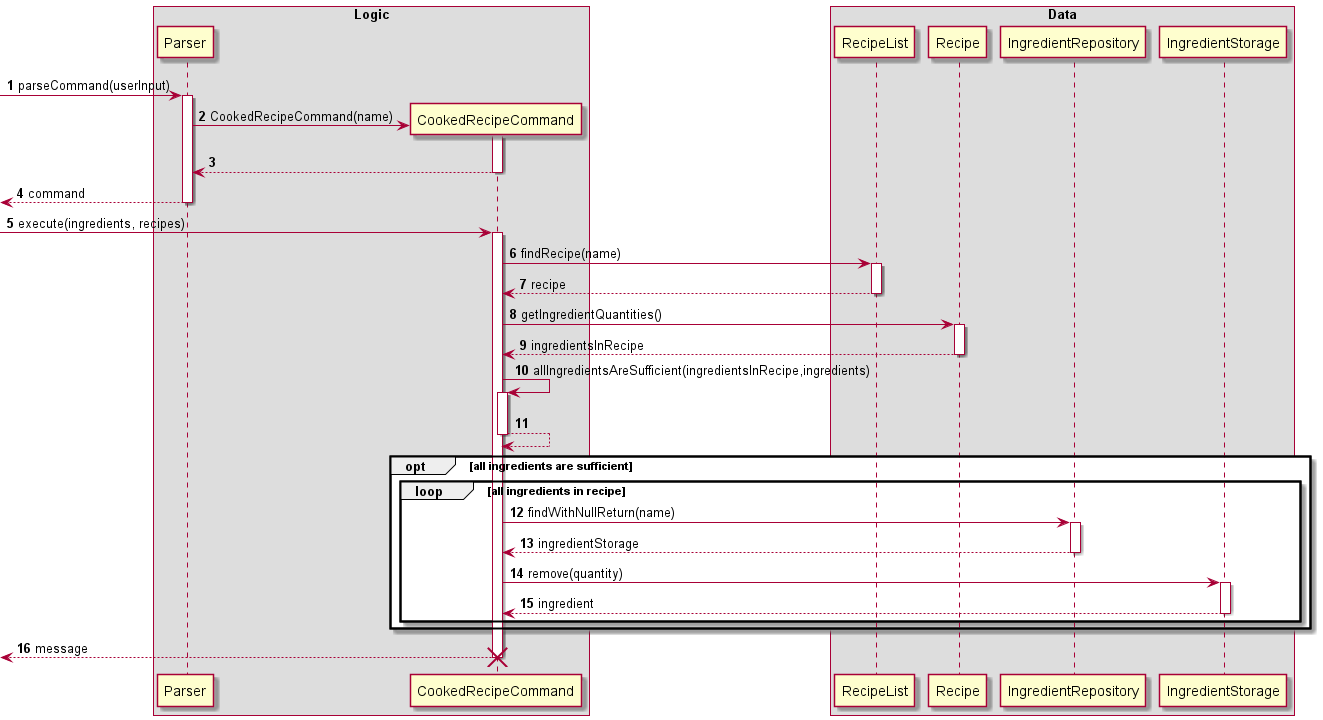
Earlier version of the PlantUML export docs/diagrams/CookedRecipe.png (nus-cs2113-AY2122S1/tp).
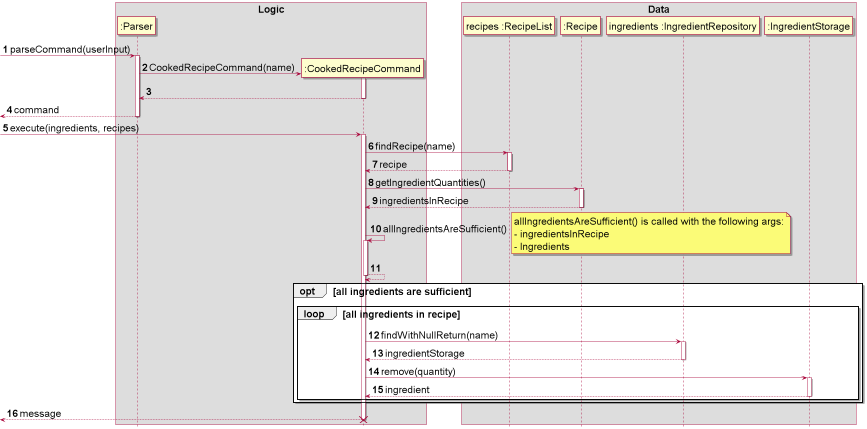
The same file after the commit.

Change to the diagram source:
```diff
@@ -1,41 +1,50 @@
 @startuml
+!include style.puml
+
+skinparam defaultFontSize 25
 
 autonumber
 box Logic
--> Parser: parseCommand(userInput)
-activate Parser
+-> ":Parser": parseCommand(userInput)
+activate ":Parser"
 
-create CookedRecipeCommand
-Parser -> CookedRecipeCommand : CookedRecipeCommand(name)
-activate CookedRecipeCommand
+create ":CookedRecipeCommand"
+":Parser" -> ":CookedRecipeCommand" : CookedRecipeCommand(name)
+activate ":CookedRecipeCommand"
 
 return
 return command
 
--> CookedRecipeCommand : execute(ingredients, recipes)
-activate CookedRecipeCommand
+-> ":CookedRecipeCommand" : execute(ingredients, recipes)
+activate ":CookedRecipeCommand"
 end box
 
 box Data
-CookedRecipeCommand -> RecipeList : findRecipe(name)
-activate RecipeList
+":CookedRecipeCommand" -> "recipes :RecipeList" : findRecipe(name)
+activate "recipes :RecipeList"
 
 return recipe
 
-CookedRecipeCommand -> Recipe : getIngredientQuantities()
-activate Recipe
+":CookedRecipeCommand" -> ":Recipe" : getIngredientQuantities()
+activate ":Recipe"
 return ingredientsInRecipe
 
-CookedRecipeCommand -> CookedRecipeCommand : allIngredientsAreSufficient(ingredientsInRecipe,ingredients)
-activate CookedRecipeCommand
+":CookedRecipeCommand" -> ":CookedRecipeCommand" : allIngredientsAreSufficient()
+note right
+allIngredientsAreSufficient() is called with the following args:
+- ingredientsInRecipe
+- Ingredients
+end note
+
+activate ":CookedRecipeCommand"
 return
 opt all ingredients are sufficient
 loop all ingredients in recipe
-CookedRecipeCommand -> IngredientRepository : findWithNullReturn(name)
-activate IngredientRepository
+":CookedRecipeCommand" -> "ingredients :IngredientRepository" : findWithNullReturn(name)
+activate "ingredients :IngredientRepository"
 return ingredientStorage
-CookedRecipeCommand -> IngredientStorage : remove(quantity)
-activate IngredientStorage
+":CookedRecipeCommand" -> ":IngredientStorage" : remove(quantity)
+activate ":IngredientStorage"
 return ingredient
 end
 
@@ -44,6 +53,6 @@
 end
 
 return message
-destroy CookedRecipeCommand
+destroy ":CookedRecipeCommand"
 
 @enduml
```
